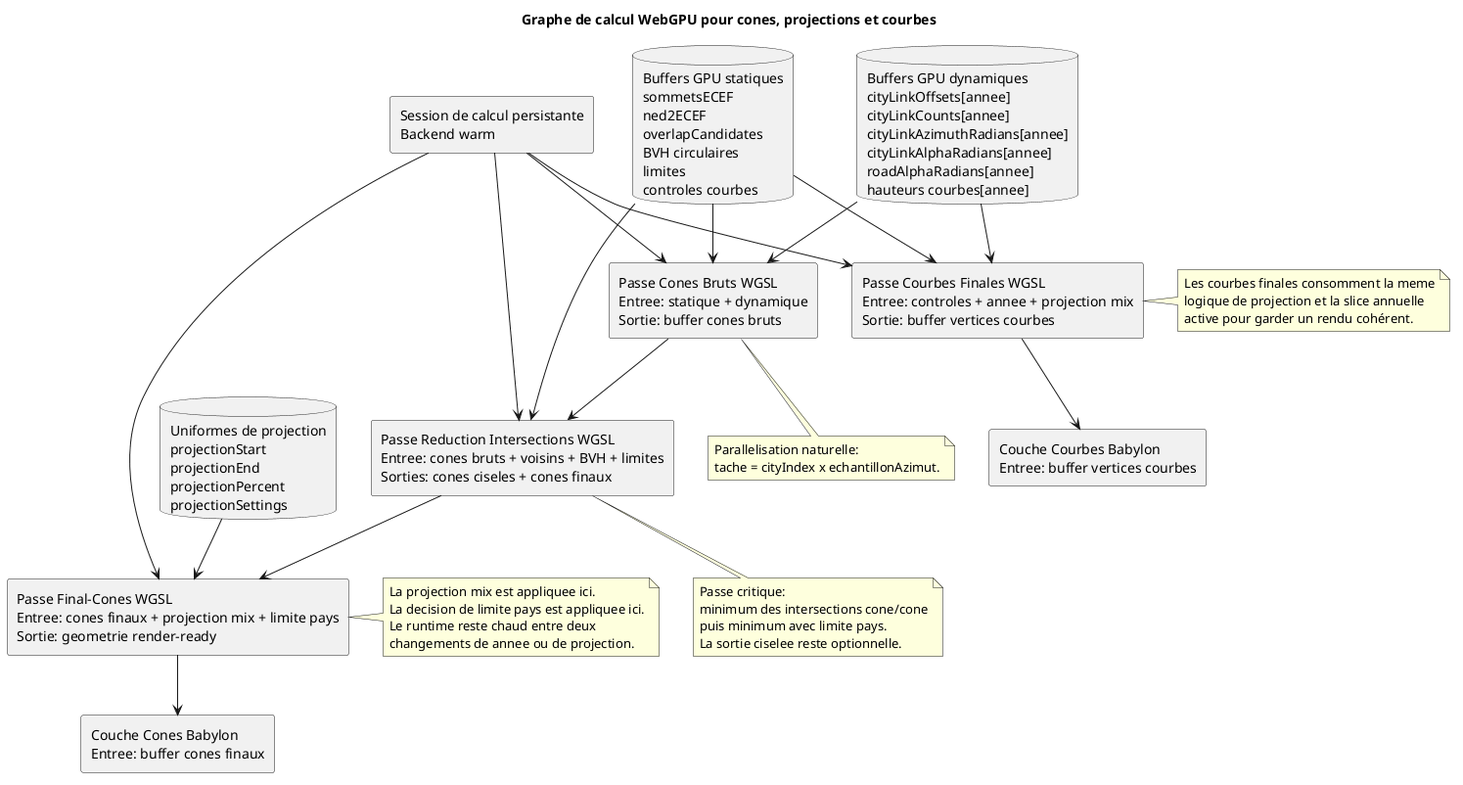
Before: docs/diagrams/precompute/05-webgpu-compute-graph.png, a diagram exported from PlantUML (kaktus40/shriveling_world).
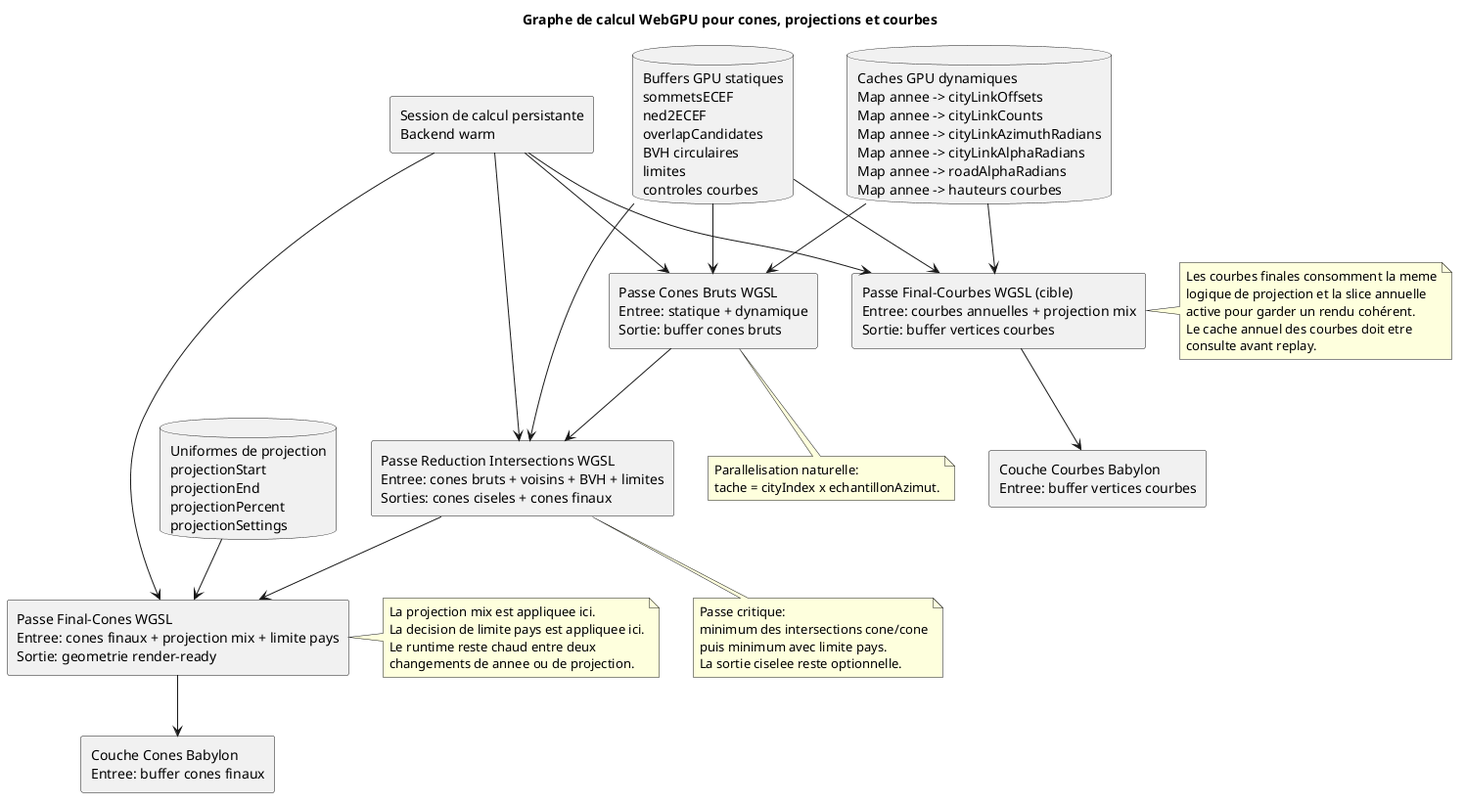
After the commit.

Commit message:
docs(m9): update annual cache diagrams

The edit, as a diff of the source:
```diff
@@ -4,14 +4,14 @@
 skinparam componentStyle rectangle
 
 database "Buffers GPU statiques\nsommetsECEF\nned2ECEF\noverlapCandidates\nBVH circulaires\nlimites\ncontroles courbes" as staticBuffers
-database "Buffers GPU dynamiques\ncityLinkOffsets[annee]\ncityLinkCounts[annee]\ncityLinkAzimuthRadians[annee]\ncityLinkAlphaRadians[annee]\nroadAlphaRadians[annee]\nhauteurs courbes[annee]" as dynamicBuffers
+database "Caches GPU dynamiques\nMap annee -> cityLinkOffsets\nMap annee -> cityLinkCounts\nMap annee -> cityLinkAzimuthRadians\nMap annee -> cityLinkAlphaRadians\nMap annee -> roadAlphaRadians\nMap annee -> hauteurs courbes" as dynamicBuffers
 database "Uniformes de projection\nprojectionStart\nprojectionEnd\nprojectionPercent\nprojectionSettings" as projectionUniforms
 component "Session de calcul persistante\nBackend warm" as runtime
 
 component "Passe Cones Bruts WGSL\nEntree: statique + dynamique\nSortie: buffer cones bruts" as raw
 component "Passe Reduction Intersections WGSL\nEntree: cones bruts + voisins + BVH + limites\nSorties: cones ciseles + cones finaux" as intersect
 component "Passe Final-Cones WGSL\nEntree: cones finaux + projection mix + limite pays\nSortie: geometrie render-ready" as finalCones
-component "Passe Courbes Finales WGSL\nEntree: controles + annee + projection mix\nSortie: buffer vertices courbes" as curve
+component "Passe Final-Courbes WGSL (cible)\nEntree: courbes annuelles + projection mix\nSortie: buffer vertices courbes" as curve
 component "Couche Cones Babylon\nEntree: buffer cones finaux" as coneLayer
 component "Couche Courbes Babylon\nEntree: buffer vertices courbes" as curveLayer
 
@@ -53,5 +53,7 @@
   Les courbes finales consomment la meme
   logique de projection et la slice annuelle
   active pour garder un rendu cohérent.
+  Le cache annuel des courbes doit etre
+  consulte avant replay.
 end note
 @enduml
```
